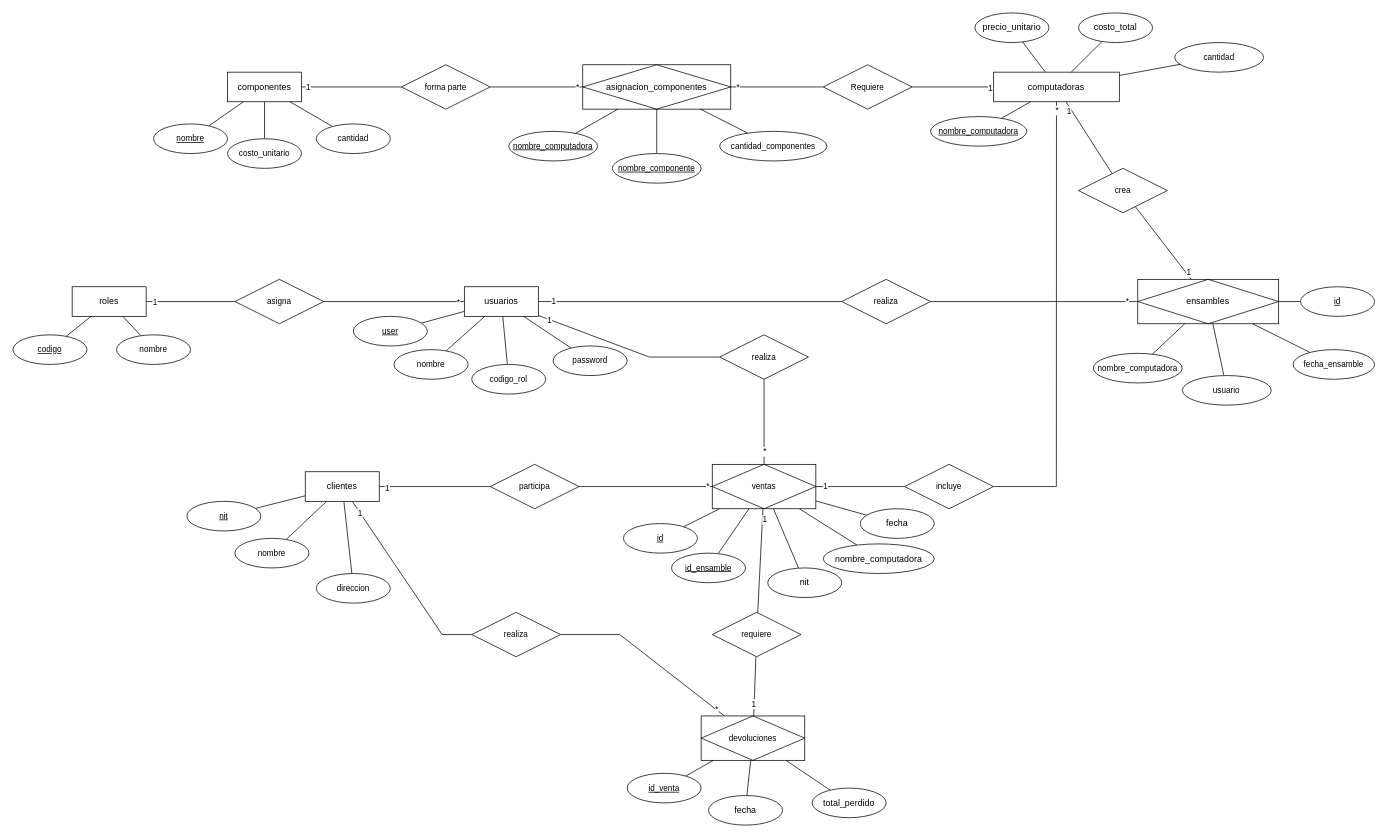
Emahch/Proyecto-1-IPC2-S2-2025 keeps this draw.io diagram as page "ER" (2 of 2) of Documentación/La Computadora Feliz IPC2 1S 2025.drawio. Above is the earlier version. Source tidied: cells renumbered, new cells numbered last; positions are measured from the earlier drawing's top-left corner, leaving out a move shared by most shapes. Both pictures are drawn from the tidied source at 74%, with x=0, y=0 at pixel (13, 13).
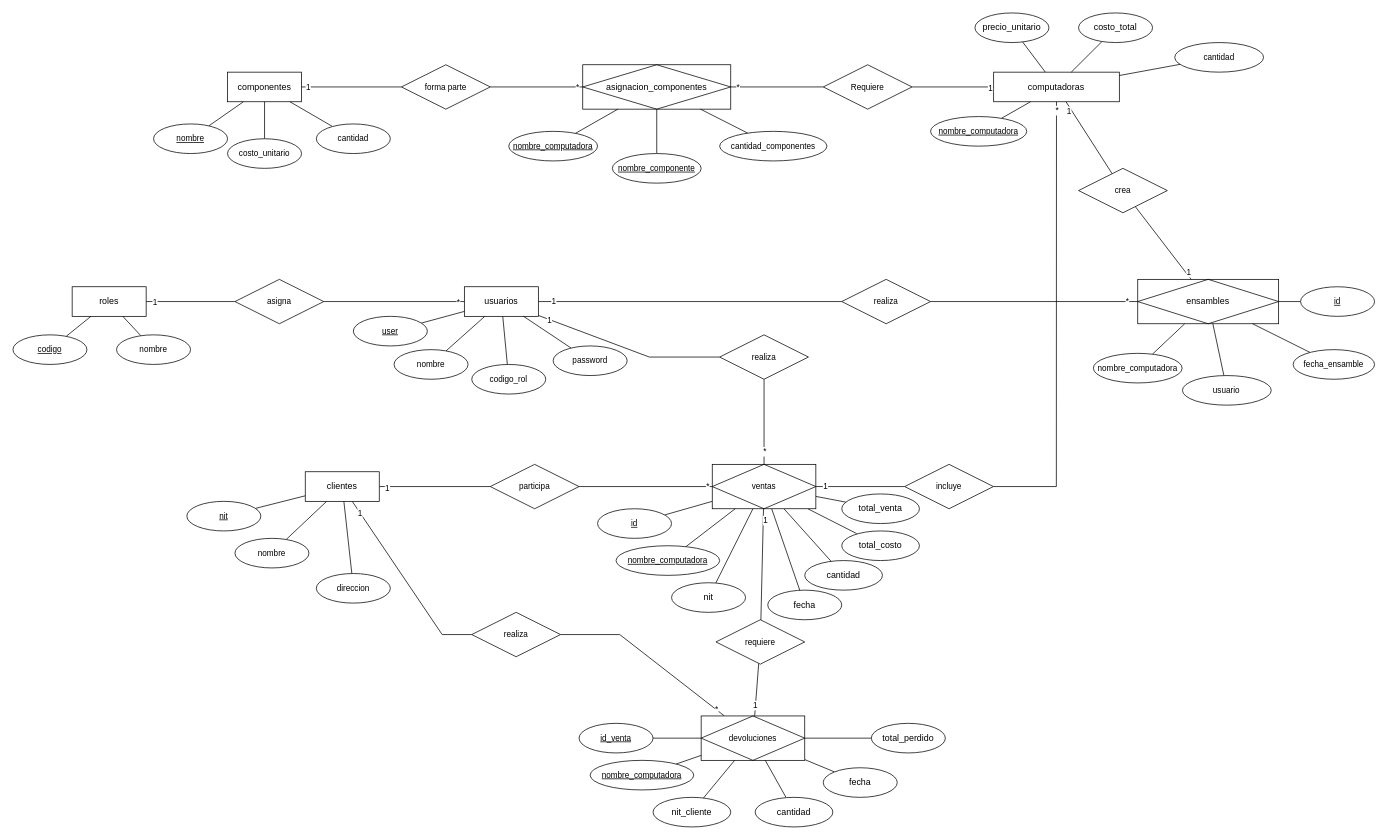
After the change.

Commit message:
logica de venta re-estructurada

The change refers to these unchanged cells:
```xml
<mxCell id="40" value="ventas" style="shape=associativeEntity;whiteSpace=wrap;html=1;align=center;fontFamily=Helvetica;fontSize=11;fontColor=default;labelBackgroundColor=default;" parent="1" vertex="1">
  <mxGeometry x="945" y="610" width="140" height="60" as="geometry" />
</mxCell>
<mxCell id="47" value="devoluciones" style="shape=associativeEntity;whiteSpace=wrap;html=1;align=center;fontFamily=Helvetica;fontSize=11;fontColor=default;labelBackgroundColor=default;" parent="1" vertex="1">
  <mxGeometry x="930" y="950" width="140" height="60" as="geometry" />
</mxCell>
```

What changed in the source:
```diff
@@
     <mxCell id="33" value="id" style="ellipse;whiteSpace=wrap;html=1;align=center;fontStyle=4;fontFamily=Helvetica;fontSize=11;fontColor=default;labelBackgroundColor=default;" parent="1" vertex="1">
-      <mxGeometry x="825" y="690" width="100" height="40" as="geometry" />
+      <mxGeometry x="790" y="670" width="100" height="40" as="geometry" />
     </mxCell>
@@
     <mxCell id="35" value="fecha" style="ellipse;whiteSpace=wrap;html=1;align=center;" parent="1" vertex="1">
-      <mxGeometry x="1145" y="670" width="100" height="40" as="geometry" />
+      <mxGeometry x="1020" y="780" width="100" height="40" as="geometry" />
     </mxCell>
@@
-    <mxCell id="37" value="nombre_computadora" style="ellipse;whiteSpace=wrap;html=1;align=center;" parent="1" vertex="1">
-      <mxGeometry x="1095" y="717.5" width="150" height="40" as="geometry" />
+    <mxCell id="37" value="cantidad" style="ellipse;whiteSpace=wrap;html=1;align=center;" parent="1" vertex="1">
+      <mxGeometry x="1070" y="740" width="105" height="40" as="geometry" />
     </mxCell>
@@
+    <mxCell id="123" style="edgeStyle=none;shape=connector;rounded=0;jettySize=auto;html=1;strokeColor=default;align=center;verticalAlign=middle;fontFamily=Helvetica;fontSize=11;fontColor=default;labelBackgroundColor=default;startFill=0;endArrow=none;" parent="1" edge="1" source="40" target="129">
+      <mxGeometry relative="1" as="geometry" />
+    </mxCell>
+    <mxCell id="124" style="edgeStyle=none;shape=connector;rounded=0;jettySize=auto;html=1;strokeColor=default;align=center;verticalAlign=middle;fontFamily=Helvetica;fontSize=11;fontColor=default;labelBackgroundColor=default;startFill=0;endArrow=none;" parent="1" edge="1" source="40" target="130">
+      <mxGeometry relative="1" as="geometry" />
+    </mxCell>
@@
     <mxCell id="42" value="fecha" style="ellipse;whiteSpace=wrap;html=1;align=center;" parent="1" vertex="1">
-      <mxGeometry x="940" y="1057.5" width="100" height="40" as="geometry" />
+      <mxGeometry x="1095" y="1020" width="100" height="40" as="geometry" />
     </mxCell>
@@
     <mxCell id="49" value="id_venta" style="ellipse;whiteSpace=wrap;html=1;align=center;fontStyle=4;fontFamily=Helvetica;fontSize=11;fontColor=default;labelBackgroundColor=default;" parent="1" vertex="1">
-      <mxGeometry x="830" y="1027.5" width="100" height="40" as="geometry" />
+      <mxGeometry x="765" y="960" width="100" height="40" as="geometry" />
     </mxCell>
@@
     <mxCell id="51" value="total_perdido" style="ellipse;whiteSpace=wrap;html=1;align=center;" parent="1" vertex="1">
-      <mxGeometry x="1080" y="1047.5" width="100" height="40" as="geometry" />
+      <mxGeometry x="1160" y="960" width="100" height="40" as="geometry" />
     </mxCell>
@@
     <mxCell id="79" value="nit" style="ellipse;whiteSpace=wrap;html=1;align=center;" parent="1" vertex="1">
-      <mxGeometry x="1020" y="750" width="100" height="40" as="geometry" />
+      <mxGeometry x="890" y="770" width="100" height="40" as="geometry" />
     </mxCell>
@@
-    <mxCell id="111" value="id_ensamble" style="ellipse;whiteSpace=wrap;html=1;align=center;fontStyle=4;fontFamily=Helvetica;fontSize=11;fontColor=default;labelBackgroundColor=default;" parent="1" vertex="1">
-      <mxGeometry x="890" y="730" width="100" height="40" as="geometry" />
+    <mxCell id="111" value="nombre_computadora" style="ellipse;whiteSpace=wrap;html=1;align=center;fontStyle=4;fontFamily=Helvetica;fontSize=11;fontColor=default;labelBackgroundColor=default;" parent="1" vertex="1">
+      <mxGeometry x="815" y="720" width="140" height="40" as="geometry" />
     </mxCell>
@@
     <mxCell id="122" value="requiere" style="shape=rhombus;perimeter=rhombusPerimeter;whiteSpace=wrap;html=1;align=center;fontFamily=Helvetica;fontSize=11;fontColor=default;labelBackgroundColor=default;" parent="1" vertex="1">
-      <mxGeometry x="945" y="810" width="120" height="60" as="geometry" />
+      <mxGeometry x="950" y="820" width="120" height="60" as="geometry" />
     </mxCell>
+    <mxCell id="125" style="edgeStyle=none;shape=connector;rounded=0;jettySize=auto;html=1;strokeColor=default;align=center;verticalAlign=middle;fontFamily=Helvetica;fontSize=11;fontColor=default;labelBackgroundColor=default;startFill=0;endArrow=none;" parent="1" edge="1" source="126" target="47">
+      <mxGeometry relative="1" as="geometry" />
+    </mxCell>
+    <mxCell id="126" value="nombre_computadora" style="ellipse;whiteSpace=wrap;html=1;align=center;fontStyle=4;fontFamily=Helvetica;fontSize=11;fontColor=default;labelBackgroundColor=default;" parent="1" vertex="1">
+      <mxGeometry x="780" y="1010" width="140" height="40" as="geometry" />
+    </mxCell>
+    <mxCell id="127" style="edgeStyle=none;shape=connector;rounded=0;jettySize=auto;html=1;strokeColor=default;align=center;verticalAlign=middle;fontFamily=Helvetica;fontSize=11;fontColor=default;labelBackgroundColor=default;startFill=0;endArrow=none;" parent="1" edge="1" source="128" target="47">
+      <mxGeometry relative="1" as="geometry" />
+    </mxCell>
+    <mxCell id="128" value="cantidad" style="ellipse;whiteSpace=wrap;html=1;align=center;" parent="1" vertex="1">
+      <mxGeometry x="1003" y="1060" width="105" height="40" as="geometry" />
+    </mxCell>
+    <mxCell id="129" value="&lt;div&gt;total_venta&lt;/div&gt;" style="ellipse;whiteSpace=wrap;html=1;align=center;" parent="1" vertex="1">
+      <mxGeometry x="1120" y="650" width="105" height="40" as="geometry" />
+    </mxCell>
+    <mxCell id="130" value="&lt;div&gt;total_costo&lt;/div&gt;" style="ellipse;whiteSpace=wrap;html=1;align=center;" parent="1" vertex="1">
+      <mxGeometry x="1120" y="700" width="105" height="40" as="geometry" />
+    </mxCell>
+    <mxCell id="131" style="edgeStyle=none;shape=connector;rounded=0;jettySize=auto;html=1;strokeColor=default;align=center;verticalAlign=middle;fontFamily=Helvetica;fontSize=11;fontColor=default;labelBackgroundColor=default;startFill=0;endArrow=none;" parent="1" edge="1" source="132" target="47">
+      <mxGeometry relative="1" as="geometry" />
+    </mxCell>
+    <mxCell id="132" value="nit_cliente" style="ellipse;whiteSpace=wrap;html=1;align=center;" parent="1" vertex="1">
+      <mxGeometry x="865" y="1060" width="105" height="40" as="geometry" />
+    </mxCell>
```
